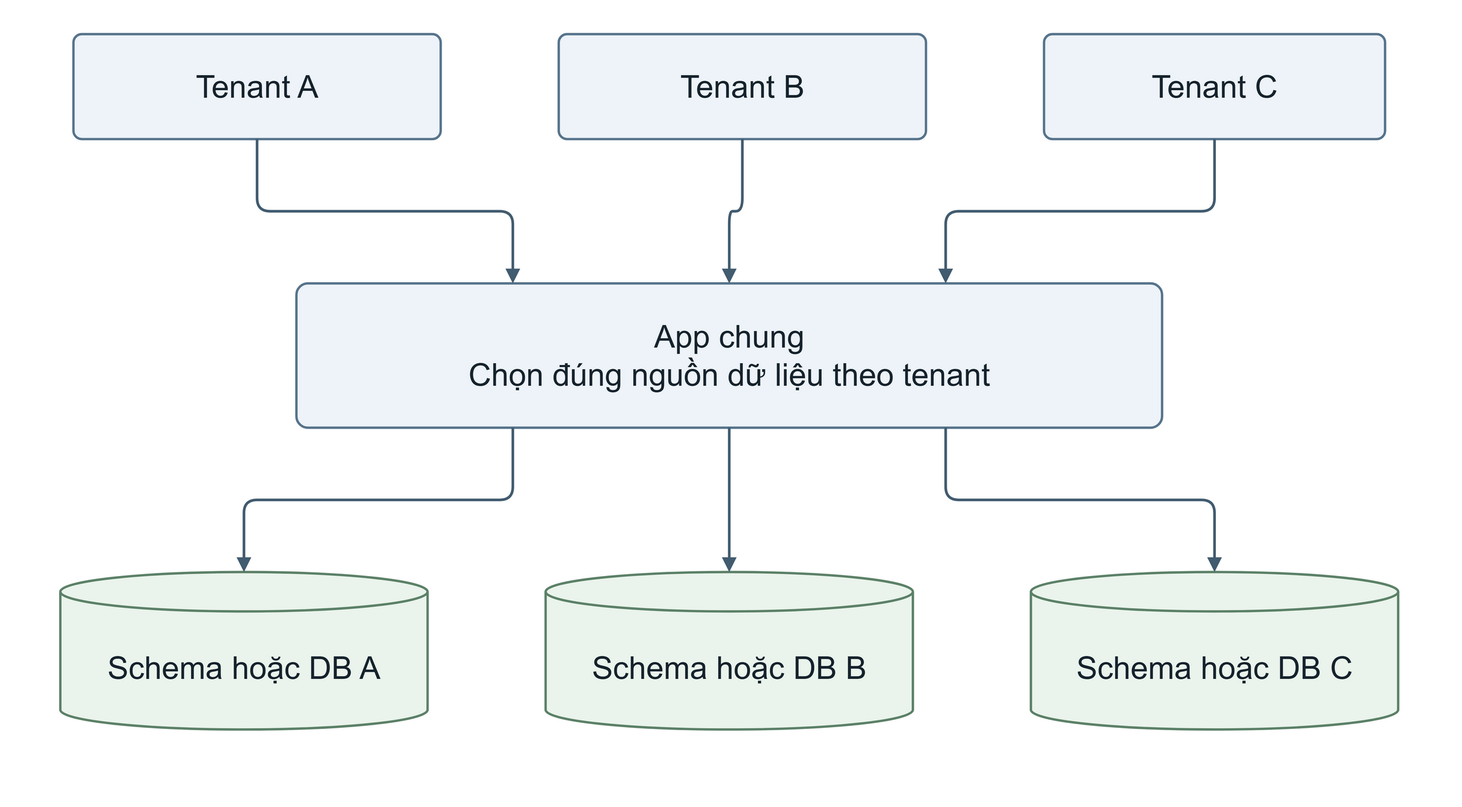
Hungcb123/NCKH-Hung keeps this draw.io diagram as output/report-theo-dany/figures/editable-png/hinh_2_3_bridge.drawio.png. Above is the earlier version. Source tidied: cells renumbered, new cells last; positions are measured from the earlier drawing's top-left corner, leaving out a move shared by most shapes. Its diagram source:
```xml
<mxGraphModel background="#ffffff">
  <root>
    <mxCell id="0" />
    <mxCell id="1" parent="0" />
    <mxCell id="2" style="html=1;whiteSpace=wrap;fontFamily=Arial;fontColor=#16232D;fontSize=24;spacing=10;align=center;verticalAlign=middle;fillColor=none;strokeColor=none;" parent="1" vertex="1">
      <mxGeometry width="1100" height="600" as="geometry" />
    </mxCell>
    <mxCell id="3" value="Tenant A" style="html=1;whiteSpace=wrap;fontFamily=Arial;fontColor=#16232D;fontSize=24;spacing=10;align=center;verticalAlign=middle;rounded=1;arcSize=8;fillColor=#EDF3F8;strokeColor=#57748C;strokeWidth=1.8;" parent="1" vertex="1">
      <mxGeometry x="50" y="20" width="280" height="80" as="geometry" />
    </mxCell>
    <mxCell id="4" value="Tenant B" style="html=1;whiteSpace=wrap;fontFamily=Arial;fontColor=#16232D;fontSize=24;spacing=10;align=center;verticalAlign=middle;rounded=1;arcSize=8;fillColor=#EDF3F8;strokeColor=#57748C;strokeWidth=1.8;" parent="1" vertex="1">
      <mxGeometry x="420" y="20" width="280" height="80" as="geometry" />
    </mxCell>
    <mxCell id="5" value="Tenant C" style="html=1;whiteSpace=wrap;fontFamily=Arial;fontColor=#16232D;fontSize=24;spacing=10;align=center;verticalAlign=middle;rounded=1;arcSize=8;fillColor=#EDF3F8;strokeColor=#57748C;strokeWidth=1.8;" parent="1" vertex="1">
      <mxGeometry x="790" y="20" width="260" height="80" as="geometry" />
    </mxCell>
    <mxCell id="6" value="App chung&#10;Chọn đúng nguồn dữ liệu theo tenant" style="html=1;whiteSpace=wrap;fontFamily=Arial;fontColor=#16232D;fontSize=24;spacing=10;align=center;verticalAlign=middle;rounded=1;arcSize=8;fillColor=#EDF3F8;strokeColor=#57748C;strokeWidth=1.8;" parent="1" vertex="1">
      <mxGeometry x="220" y="210" width="660" height="110" as="geometry" />
    </mxCell>
    <mxCell id="7" style="edgeStyle=orthogonalEdgeStyle;rounded=1;jettySize=auto;html=1;fontFamily=Arial;fontSize=21;fontColor=#16232D;labelBackgroundColor=#FFFFFF;strokeColor=#425C70;strokeWidth=2;endArrow=block;endFill=1;exitX=0.5;exitY=1;entryX=0.25;entryY=0;" parent="1" edge="1" source="3" target="6">
      <mxGeometry relative="1" as="geometry" />
    </mxCell>
    <mxCell id="8" style="edgeStyle=orthogonalEdgeStyle;rounded=1;jettySize=auto;html=1;fontFamily=Arial;fontSize=21;fontColor=#16232D;labelBackgroundColor=#FFFFFF;strokeColor=#425C70;strokeWidth=2;endArrow=block;endFill=1;exitX=0.5;exitY=1;entryX=0.5;entryY=0;" parent="1" edge="1" source="4" target="6">
      <mxGeometry relative="1" as="geometry" />
    </mxCell>
    <mxCell id="9" style="edgeStyle=orthogonalEdgeStyle;rounded=1;jettySize=auto;html=1;fontFamily=Arial;fontSize=21;fontColor=#16232D;labelBackgroundColor=#FFFFFF;strokeColor=#425C70;strokeWidth=2;endArrow=block;endFill=1;exitX=0.5;exitY=1;entryX=0.75;entryY=0;" parent="1" edge="1" source="5" target="6">
      <mxGeometry relative="1" as="geometry" />
    </mxCell>
    <mxCell id="10" value="Schema hoặc DB A" style="html=1;whiteSpace=wrap;fontFamily=Arial;fontColor=#16232D;fontSize=24;spacing=10;align=center;verticalAlign=middle;shape=cylinder3;size=15;boundedLbl=1;fillColor=#EAF4EC;strokeColor=#5C8168;strokeWidth=1.8;" parent="1" vertex="1">
      <mxGeometry x="40" y="430" width="280" height="120" as="geometry" />
    </mxCell>
    <mxCell id="11" style="edgeStyle=orthogonalEdgeStyle;rounded=1;jettySize=auto;html=1;fontFamily=Arial;fontSize=21;fontColor=#16232D;labelBackgroundColor=#FFFFFF;strokeColor=#425C70;strokeWidth=2;endArrow=block;endFill=1;exitX=0.25;exitY=1;entryX=0.5;entryY=0;" parent="1" edge="1" source="6" target="10">
      <mxGeometry relative="1" as="geometry" />
    </mxCell>
    <mxCell id="12" value="Schema hoặc DB B" style="html=1;whiteSpace=wrap;fontFamily=Arial;fontColor=#16232D;fontSize=24;spacing=10;align=center;verticalAlign=middle;shape=cylinder3;size=15;boundedLbl=1;fillColor=#EAF4EC;strokeColor=#5C8168;strokeWidth=1.8;" parent="1" vertex="1">
      <mxGeometry x="410" y="430" width="280" height="120" as="geometry" />
    </mxCell>
    <mxCell id="13" style="edgeStyle=orthogonalEdgeStyle;rounded=1;jettySize=auto;html=1;fontFamily=Arial;fontSize=21;fontColor=#16232D;labelBackgroundColor=#FFFFFF;strokeColor=#425C70;strokeWidth=2;endArrow=block;endFill=1;exitX=0.5;exitY=1;entryX=0.5;entryY=0;" parent="1" edge="1" source="6" target="12">
      <mxGeometry relative="1" as="geometry" />
    </mxCell>
    <mxCell id="14" value="Schema hoặc DB C" style="html=1;whiteSpace=wrap;fontFamily=Arial;fontColor=#16232D;fontSize=24;spacing=10;align=center;verticalAlign=middle;shape=cylinder3;size=15;boundedLbl=1;fillColor=#EAF4EC;strokeColor=#5C8168;strokeWidth=1.8;" parent="1" vertex="1">
      <mxGeometry x="780" y="430" width="280" height="120" as="geometry" />
    </mxCell>
    <mxCell id="15" style="edgeStyle=orthogonalEdgeStyle;rounded=1;jettySize=auto;html=1;fontFamily=Arial;fontSize=21;fontColor=#16232D;labelBackgroundColor=#FFFFFF;strokeColor=#425C70;strokeWidth=2;endArrow=block;endFill=1;exitX=0.75;exitY=1;entryX=0.5;entryY=0;" parent="1" edge="1" source="6" target="14">
      <mxGeometry relative="1" as="geometry" />
    </mxCell>
  </root>
</mxGraphModel>
```
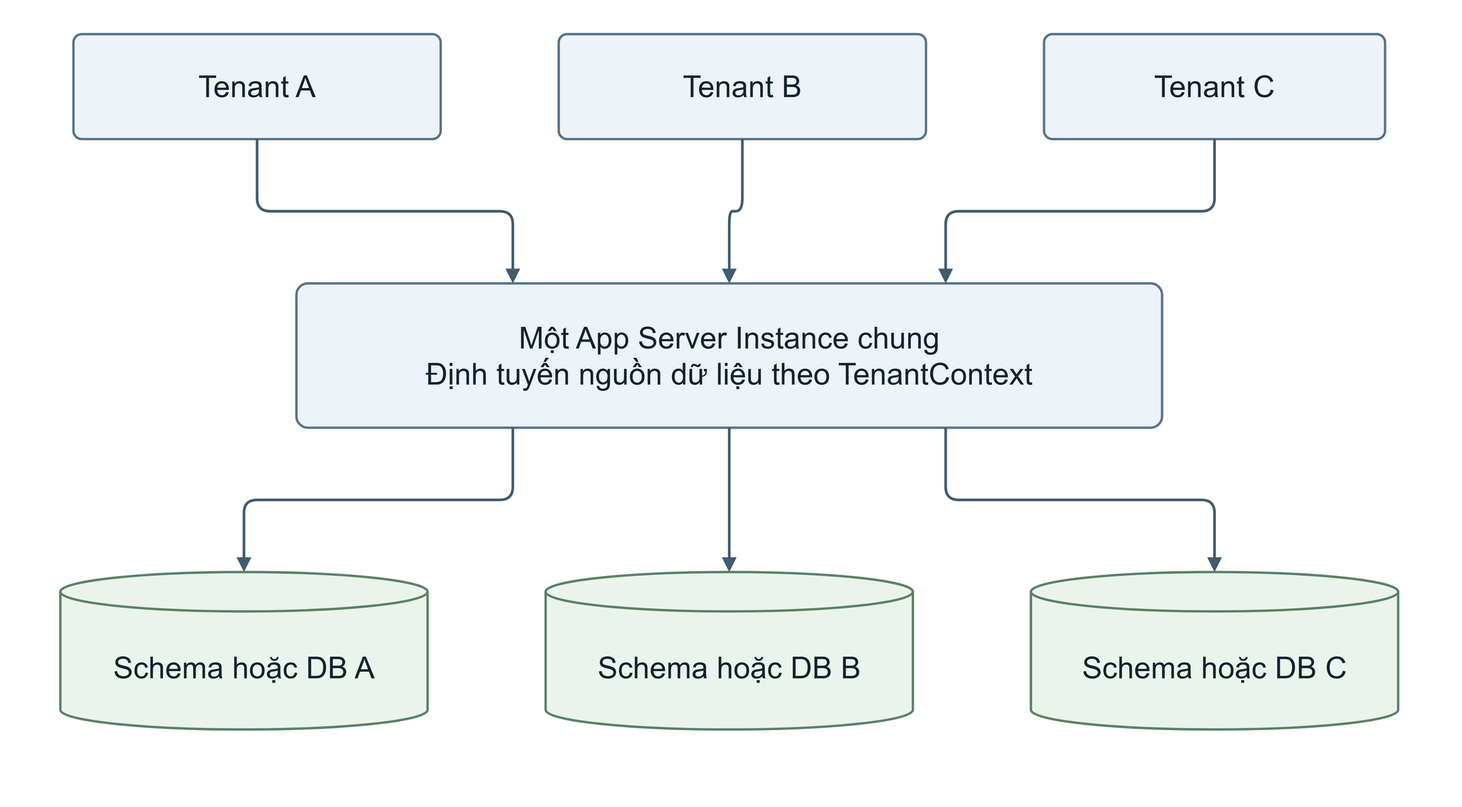
The same diagram one commit later.

The edit, as a diff of the source:
```diff
@@ -5,43 +5,43 @@
     <mxCell id="2" style="html=1;whiteSpace=wrap;fontFamily=Arial;fontColor=#16232D;fontSize=24;spacing=10;align=center;verticalAlign=middle;fillColor=none;strokeColor=none;" parent="1" vertex="1">
       <mxGeometry width="1100" height="600" as="geometry" />
     </mxCell>
-    <mxCell id="3" value="Tenant A" style="html=1;whiteSpace=wrap;fontFamily=Arial;fontColor=#16232D;fontSize=24;spacing=10;align=center;verticalAlign=middle;rounded=1;arcSize=8;fillColor=#EDF3F8;strokeColor=#57748C;strokeWidth=1.8;" parent="1" vertex="1">
+    <mxCell id="3" value="Tenant A" style="html=1;whiteSpace=wrap;fontFamily=Arial;fontColor=#16232D;fontSize=24;spacing=10;align=center;verticalAlign=middle;rounded=1;arcSize=8;fontSize=23;fillColor=#EDF3F8;strokeColor=#57748C;strokeWidth=1.8;" parent="1" vertex="1">
       <mxGeometry x="50" y="20" width="280" height="80" as="geometry" />
     </mxCell>
-    <mxCell id="4" value="Tenant B" style="html=1;whiteSpace=wrap;fontFamily=Arial;fontColor=#16232D;fontSize=24;spacing=10;align=center;verticalAlign=middle;rounded=1;arcSize=8;fillColor=#EDF3F8;strokeColor=#57748C;strokeWidth=1.8;" parent="1" vertex="1">
+    <mxCell id="4" value="Tenant B" style="html=1;whiteSpace=wrap;fontFamily=Arial;fontColor=#16232D;fontSize=24;spacing=10;align=center;verticalAlign=middle;rounded=1;arcSize=8;fontSize=23;fillColor=#EDF3F8;strokeColor=#57748C;strokeWidth=1.8;" parent="1" vertex="1">
       <mxGeometry x="420" y="20" width="280" height="80" as="geometry" />
     </mxCell>
-    <mxCell id="5" value="Tenant C" style="html=1;whiteSpace=wrap;fontFamily=Arial;fontColor=#16232D;fontSize=24;spacing=10;align=center;verticalAlign=middle;rounded=1;arcSize=8;fillColor=#EDF3F8;strokeColor=#57748C;strokeWidth=1.8;" parent="1" vertex="1">
+    <mxCell id="5" value="Tenant C" style="html=1;whiteSpace=wrap;fontFamily=Arial;fontColor=#16232D;fontSize=24;spacing=10;align=center;verticalAlign=middle;rounded=1;arcSize=8;fontSize=23;fillColor=#EDF3F8;strokeColor=#57748C;strokeWidth=1.8;" parent="1" vertex="1">
       <mxGeometry x="790" y="20" width="260" height="80" as="geometry" />
     </mxCell>
-    <mxCell id="6" value="App chung&#10;Chọn đúng nguồn dữ liệu theo tenant" style="html=1;whiteSpace=wrap;fontFamily=Arial;fontColor=#16232D;fontSize=24;spacing=10;align=center;verticalAlign=middle;rounded=1;arcSize=8;fillColor=#EDF3F8;strokeColor=#57748C;strokeWidth=1.8;" parent="1" vertex="1">
+    <mxCell id="6" value="Một App Server Instance chung&#10;Định tuyến nguồn dữ liệu theo TenantContext" style="html=1;whiteSpace=wrap;fontFamily=Arial;fontColor=#16232D;fontSize=24;spacing=10;align=center;verticalAlign=middle;rounded=1;arcSize=8;fontSize=23;fillColor=#EDF3F8;strokeColor=#57748C;strokeWidth=1.8;" parent="1" vertex="1">
       <mxGeometry x="220" y="210" width="660" height="110" as="geometry" />
     </mxCell>
-    <mxCell id="7" style="edgeStyle=orthogonalEdgeStyle;rounded=1;jettySize=auto;html=1;fontFamily=Arial;fontSize=21;fontColor=#16232D;labelBackgroundColor=#FFFFFF;strokeColor=#425C70;strokeWidth=2;endArrow=block;endFill=1;exitX=0.5;exitY=1;entryX=0.25;entryY=0;" parent="1" edge="1" source="3" target="6">
+    <mxCell id="7" style="edgeStyle=orthogonalEdgeStyle;rounded=1;jettySize=auto;html=1;fontFamily=Arial;fontSize=20;fontColor=#16232D;labelBackgroundColor=#FFFFFF;strokeColor=#425C70;strokeWidth=2;endArrow=block;endFill=1;exitX=0.5;exitY=1;entryX=0.25;entryY=0;" parent="1" edge="1" source="3" target="6">
       <mxGeometry relative="1" as="geometry" />
     </mxCell>
-    <mxCell id="8" style="edgeStyle=orthogonalEdgeStyle;rounded=1;jettySize=auto;html=1;fontFamily=Arial;fontSize=21;fontColor=#16232D;labelBackgroundColor=#FFFFFF;strokeColor=#425C70;strokeWidth=2;endArrow=block;endFill=1;exitX=0.5;exitY=1;entryX=0.5;entryY=0;" parent="1" edge="1" source="4" target="6">
+    <mxCell id="8" style="edgeStyle=orthogonalEdgeStyle;rounded=1;jettySize=auto;html=1;fontFamily=Arial;fontSize=20;fontColor=#16232D;labelBackgroundColor=#FFFFFF;strokeColor=#425C70;strokeWidth=2;endArrow=block;endFill=1;exitX=0.5;exitY=1;entryX=0.5;entryY=0;" parent="1" edge="1" source="4" target="6">
       <mxGeometry relative="1" as="geometry" />
     </mxCell>
-    <mxCell id="9" style="edgeStyle=orthogonalEdgeStyle;rounded=1;jettySize=auto;html=1;fontFamily=Arial;fontSize=21;fontColor=#16232D;labelBackgroundColor=#FFFFFF;strokeColor=#425C70;strokeWidth=2;endArrow=block;endFill=1;exitX=0.5;exitY=1;entryX=0.75;entryY=0;" parent="1" edge="1" source="5" target="6">
+    <mxCell id="9" style="edgeStyle=orthogonalEdgeStyle;rounded=1;jettySize=auto;html=1;fontFamily=Arial;fontSize=20;fontColor=#16232D;labelBackgroundColor=#FFFFFF;strokeColor=#425C70;strokeWidth=2;endArrow=block;endFill=1;exitX=0.5;exitY=1;entryX=0.75;entryY=0;" parent="1" edge="1" source="5" target="6">
       <mxGeometry relative="1" as="geometry" />
     </mxCell>
-    <mxCell id="10" value="Schema hoặc DB A" style="html=1;whiteSpace=wrap;fontFamily=Arial;fontColor=#16232D;fontSize=24;spacing=10;align=center;verticalAlign=middle;shape=cylinder3;size=15;boundedLbl=1;fillColor=#EAF4EC;strokeColor=#5C8168;strokeWidth=1.8;" parent="1" vertex="1">
+    <mxCell id="10" value="Schema hoặc DB A" style="html=1;whiteSpace=wrap;fontFamily=Arial;fontColor=#16232D;fontSize=24;spacing=10;align=center;verticalAlign=middle;shape=cylinder3;size=15;boundedLbl=1;fontSize=23;fillColor=#EAF4EC;strokeColor=#5C8168;strokeWidth=1.8;" parent="1" vertex="1">
       <mxGeometry x="40" y="430" width="280" height="120" as="geometry" />
     </mxCell>
-    <mxCell id="11" style="edgeStyle=orthogonalEdgeStyle;rounded=1;jettySize=auto;html=1;fontFamily=Arial;fontSize=21;fontColor=#16232D;labelBackgroundColor=#FFFFFF;strokeColor=#425C70;strokeWidth=2;endArrow=block;endFill=1;exitX=0.25;exitY=1;entryX=0.5;entryY=0;" parent="1" edge="1" source="6" target="10">
+    <mxCell id="11" style="edgeStyle=orthogonalEdgeStyle;rounded=1;jettySize=auto;html=1;fontFamily=Arial;fontSize=20;fontColor=#16232D;labelBackgroundColor=#FFFFFF;strokeColor=#425C70;strokeWidth=2;endArrow=block;endFill=1;exitX=0.25;exitY=1;entryX=0.5;entryY=0;" parent="1" edge="1" source="6" target="10">
       <mxGeometry relative="1" as="geometry" />
     </mxCell>
-    <mxCell id="12" value="Schema hoặc DB B" style="html=1;whiteSpace=wrap;fontFamily=Arial;fontColor=#16232D;fontSize=24;spacing=10;align=center;verticalAlign=middle;shape=cylinder3;size=15;boundedLbl=1;fillColor=#EAF4EC;strokeColor=#5C8168;strokeWidth=1.8;" parent="1" vertex="1">
+    <mxCell id="12" value="Schema hoặc DB B" style="html=1;whiteSpace=wrap;fontFamily=Arial;fontColor=#16232D;fontSize=24;spacing=10;align=center;verticalAlign=middle;shape=cylinder3;size=15;boundedLbl=1;fontSize=23;fillColor=#EAF4EC;strokeColor=#5C8168;strokeWidth=1.8;" parent="1" vertex="1">
       <mxGeometry x="410" y="430" width="280" height="120" as="geometry" />
     </mxCell>
-    <mxCell id="13" style="edgeStyle=orthogonalEdgeStyle;rounded=1;jettySize=auto;html=1;fontFamily=Arial;fontSize=21;fontColor=#16232D;labelBackgroundColor=#FFFFFF;strokeColor=#425C70;strokeWidth=2;endArrow=block;endFill=1;exitX=0.5;exitY=1;entryX=0.5;entryY=0;" parent="1" edge="1" source="6" target="12">
+    <mxCell id="13" style="edgeStyle=orthogonalEdgeStyle;rounded=1;jettySize=auto;html=1;fontFamily=Arial;fontSize=20;fontColor=#16232D;labelBackgroundColor=#FFFFFF;strokeColor=#425C70;strokeWidth=2;endArrow=block;endFill=1;exitX=0.5;exitY=1;entryX=0.5;entryY=0;" parent="1" edge="1" source="6" target="12">
       <mxGeometry relative="1" as="geometry" />
     </mxCell>
-    <mxCell id="14" value="Schema hoặc DB C" style="html=1;whiteSpace=wrap;fontFamily=Arial;fontColor=#16232D;fontSize=24;spacing=10;align=center;verticalAlign=middle;shape=cylinder3;size=15;boundedLbl=1;fillColor=#EAF4EC;strokeColor=#5C8168;strokeWidth=1.8;" parent="1" vertex="1">
+    <mxCell id="14" value="Schema hoặc DB C" style="html=1;whiteSpace=wrap;fontFamily=Arial;fontColor=#16232D;fontSize=24;spacing=10;align=center;verticalAlign=middle;shape=cylinder3;size=15;boundedLbl=1;fontSize=23;fillColor=#EAF4EC;strokeColor=#5C8168;strokeWidth=1.8;" parent="1" vertex="1">
       <mxGeometry x="780" y="430" width="280" height="120" as="geometry" />
     </mxCell>
-    <mxCell id="15" style="edgeStyle=orthogonalEdgeStyle;rounded=1;jettySize=auto;html=1;fontFamily=Arial;fontSize=21;fontColor=#16232D;labelBackgroundColor=#FFFFFF;strokeColor=#425C70;strokeWidth=2;endArrow=block;endFill=1;exitX=0.75;exitY=1;entryX=0.5;entryY=0;" parent="1" edge="1" source="6" target="14">
+    <mxCell id="15" style="edgeStyle=orthogonalEdgeStyle;rounded=1;jettySize=auto;html=1;fontFamily=Arial;fontSize=20;fontColor=#16232D;labelBackgroundColor=#FFFFFF;strokeColor=#425C70;strokeWidth=2;endArrow=block;endFill=1;exitX=0.75;exitY=1;entryX=0.5;entryY=0;" parent="1" edge="1" source="6" target="14">
       <mxGeometry relative="1" as="geometry" />
     </mxCell>
   </root>
```
